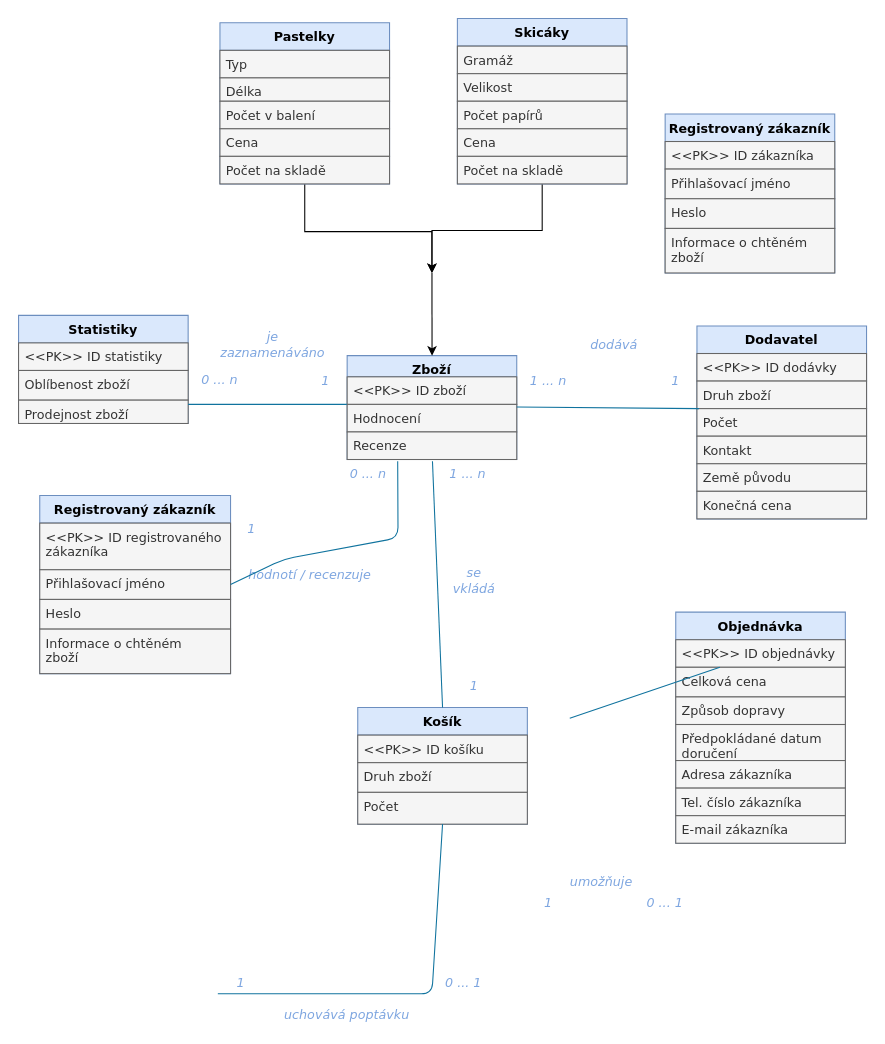
This is ERdiagram.drawio from taiyo-harenohi/IUS, a draw.io file, before an edit. Source tidied: cells renumbered, new cells numbered last; positions are measured from the earlier drawing's top-left corner, leaving out a move shared by most shapes. Both pictures are drawn from the tidied source at 106%, with x=0, y=0 at pixel (18, 18).
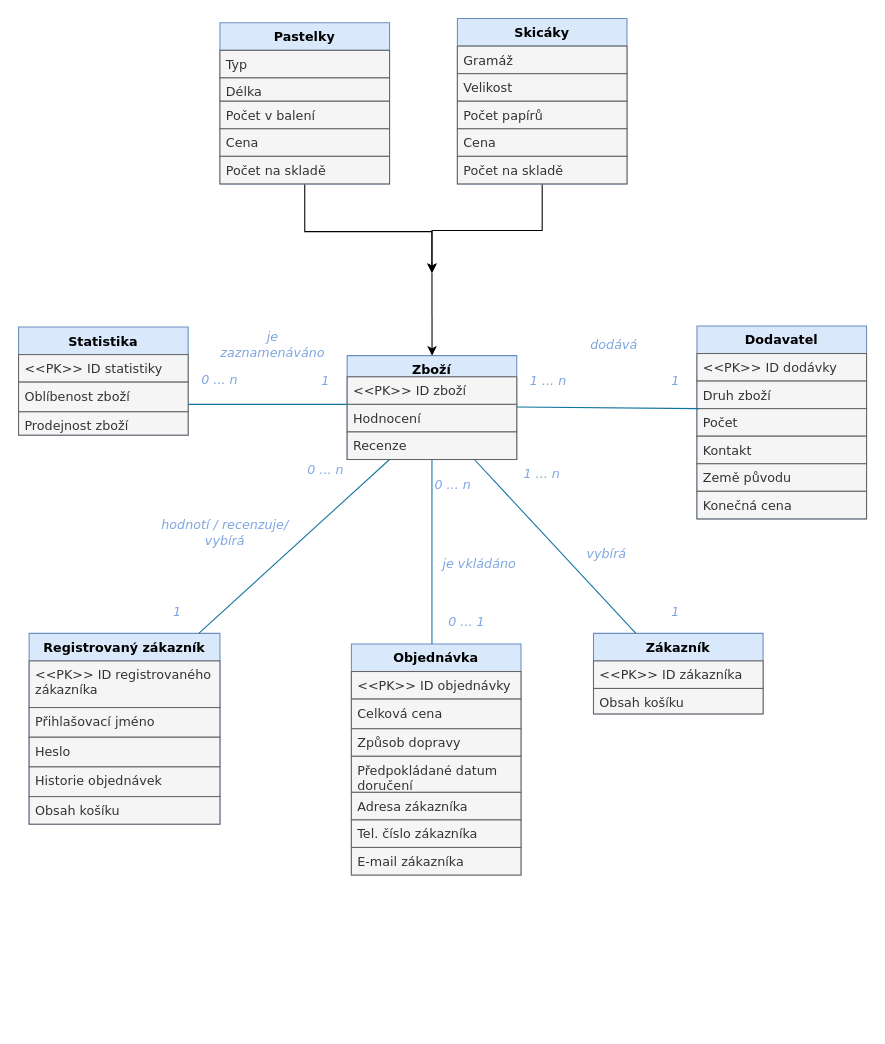
After the change.

The change refers to these unchanged cells:
```xml
<mxCell id="2" value="Zboží" style="swimlane;fontStyle=1;align=center;verticalAlign=top;horizontal=1;startSize=20;rounded=0;shadow=0;strokeWidth=1;fillColor=#dae8fc;strokeColor=#6c8ebf;fontFamily=Verdana;" parent="1" vertex="1">
  <mxGeometry x="310" y="318" width="160" height="98" as="geometry" />
</mxCell>
<mxCell id="4" value="Hodnocení" style="text;align=left;verticalAlign=top;spacingLeft=4;spacingRight=4;overflow=hidden;points=[[0,0.5],[1,0.5]];portConstraint=eastwest;rounded=0;shadow=0;html=0;fillColor=#f5f5f5;strokeColor=#666666;fontColor=#333333;fontFamily=Verdana;" parent="2" vertex="1">
  <mxGeometry y="46" width="160" height="26" as="geometry" />
</mxCell>
<mxCell id="5" value="Recenze" style="text;align=left;verticalAlign=top;spacingLeft=4;spacingRight=4;overflow=hidden;points=[[0,0.5],[1,0.5]];portConstraint=eastwest;rounded=0;shadow=0;html=0;fillColor=#f5f5f5;strokeColor=#666666;fontColor=#333333;fontFamily=Verdana;" parent="2" vertex="1">
  <mxGeometry y="72" width="160" height="26" as="geometry" />
</mxCell>
<mxCell id="34" value="Prodejnost zboží" style="text;align=left;verticalAlign=top;spacingLeft=4;spacingRight=4;overflow=hidden;points=[[0,0.5],[1,0.5]];portConstraint=eastwest;fontStyle=0;fillColor=#f5f5f5;strokeColor=#666666;fontColor=#333333;fontFamily=Verdana;" parent="31" vertex="1">
  <mxGeometry y="80" width="160" height="22" as="geometry" />
</mxCell>
<mxCell id="46" value="Přihlašovací jméno" style="text;align=left;verticalAlign=top;spacingLeft=4;spacingRight=4;overflow=hidden;points=[[0,0.5],[1,0.5]];portConstraint=eastwest;fillColor=#f5f5f5;strokeColor=#666666;fontColor=#333333;fontFamily=Verdana;" parent="44" vertex="1">
  <mxGeometry y="70" width="180" height="28" as="geometry" />
</mxCell>
<mxCell id="50" value="&lt;&lt;PK&gt;&gt; ID objednávky&#10;" style="text;align=left;verticalAlign=top;spacingLeft=4;spacingRight=4;overflow=hidden;points=[[0,0.5],[1,0.5]];portConstraint=eastwest;fillColor=#f5f5f5;strokeColor=#666666;fontColor=#333333;fontFamily=Verdana;" parent="49" vertex="1">
  <mxGeometry y="26" width="160" height="26" as="geometry" />
</mxCell>
```

What changed in the source:
```diff
@@
-    <mxCell id="27" value="Košík" style="swimlane;fontStyle=1;align=center;verticalAlign=top;horizontal=1;startSize=26;rounded=0;shadow=0;strokeWidth=1;fillColor=#dae8fc;strokeColor=#6c8ebf;fontFamily=Verdana;" parent="1" vertex="1">
-      <mxGeometry x="320" y="650" width="160" height="110" as="geometry" />
-    </mxCell>
-    <mxCell id="28" value="&lt;&lt;PK&gt;&gt; ID košíku" style="text;align=left;verticalAlign=top;spacingLeft=4;spacingRight=4;overflow=hidden;fillColor=#f5f5f5;strokeColor=#666666;fontColor=#333333;fontFamily=Verdana;" parent="27" vertex="1">
-      <mxGeometry y="26" width="160" height="26" as="geometry" />
-    </mxCell>
-    <mxCell id="29" value="Druh zboží" style="text;align=left;verticalAlign=top;spacingLeft=4;spacingRight=4;overflow=hidden;fillColor=#f5f5f5;strokeColor=#666666;fontColor=#333333;fontFamily=Verdana;" parent="27" vertex="1">
-      <mxGeometry y="52" width="160" height="28" as="geometry" />
-    </mxCell>
-    <mxCell id="30" value="Počet" style="text;align=left;verticalAlign=top;spacingLeft=4;spacingRight=4;overflow=hidden;fillColor=#f5f5f5;strokeColor=#666666;fontColor=#333333;fontFamily=Verdana;" parent="27" vertex="1">
-      <mxGeometry y="80" width="160" height="30" as="geometry" />
-    </mxCell>
-    <mxCell id="31" value="Statistiky&#10;" style="swimlane;fontStyle=1;align=center;verticalAlign=top;horizontal=1;startSize=26;rounded=0;shadow=0;strokeWidth=1;fillColor=#dae8fc;strokeColor=#6c8ebf;fontFamily=Verdana;" parent="1" vertex="1">
-      <mxGeometry y="280" width="160" height="102" as="geometry" />
+    <mxCell id="31" value="Statistika" style="swimlane;fontStyle=1;align=center;verticalAlign=top;horizontal=1;startSize=26;rounded=0;shadow=0;strokeWidth=1;fillColor=#dae8fc;strokeColor=#6c8ebf;fontFamily=Verdana;" parent="1" vertex="1">
+      <mxGeometry y="291" width="160" height="102" as="geometry" />
     </mxCell>
@@
     <mxCell id="41" value="1 ... n" style="text;html=1;strokeColor=none;fillColor=none;align=center;verticalAlign=middle;whiteSpace=wrap;rounded=0;fontFamily=Verdana;fontColor=#7EA6E0;fontStyle=2;" parent="1" vertex="1">
-      <mxGeometry x="404" y="420" width="40" height="20" as="geometry" />
+      <mxGeometry x="474" y="420" width="40" height="20" as="geometry" />
     </mxCell>
-    <mxCell id="42" value="se vkládá" style="text;html=1;strokeColor=none;fillColor=none;align=center;verticalAlign=middle;whiteSpace=wrap;rounded=0;fontFamily=Verdana;fontStyle=2;fontColor=#7EA6E0;" parent="1" vertex="1">
-      <mxGeometry x="410" y="520" width="40" height="20" as="geometry" />
-    </mxCell>
-    <mxCell id="43" value="1" style="text;html=1;strokeColor=none;fillColor=none;align=center;verticalAlign=middle;whiteSpace=wrap;rounded=0;fontFamily=Verdana;fontColor=#7EA6E0;fontStyle=2;" parent="1" vertex="1">
-      <mxGeometry x="410" y="620" width="40" height="20" as="geometry" />
-    </mxCell>
     <mxCell id="44" value="Registrovaný zákazník" style="swimlane;fontStyle=1;align=center;verticalAlign=top;horizontal=1;startSize=26;rounded=0;shadow=0;strokeWidth=1;fillColor=#dae8fc;strokeColor=#6c8ebf;fontFamily=Verdana;" parent="1" vertex="1">
-      <mxGeometry x="20" y="450" width="180" height="168" as="geometry" />
+      <mxGeometry x="10" y="580" width="180" height="180" as="geometry" />
     </mxCell>
@@
-    <mxCell id="48" value="Informace o chtěném &#10;zboží" style="text;align=left;verticalAlign=top;spacingLeft=4;spacingRight=4;overflow=hidden;fillColor=#f5f5f5;strokeColor=#666666;fontColor=#333333;fontFamily=Verdana;" parent="44" vertex="1">
-      <mxGeometry y="126" width="180" height="42" as="geometry" />
-    </mxCell>
+    <mxCell id="79" value="Historie objednávek" style="text;align=left;verticalAlign=top;spacingLeft=4;spacingRight=4;overflow=hidden;fillColor=#f5f5f5;strokeColor=#666666;fontColor=#333333;fontFamily=Verdana;" parent="44" vertex="1">
+      <mxGeometry y="126" width="180" height="28" as="geometry" />
+    </mxCell>
+    <mxCell id="80" value="Obsah košíku" style="text;align=left;verticalAlign=top;spacingLeft=4;spacingRight=4;overflow=hidden;fillColor=#f5f5f5;strokeColor=#666666;fontColor=#333333;fontFamily=Verdana;" parent="44" vertex="1">
+      <mxGeometry y="154" width="180" height="26" as="geometry" />
+    </mxCell>
     <mxCell id="49" value="Objednávka" style="swimlane;fontStyle=1;align=center;verticalAlign=top;horizontal=1;startSize=26;rounded=0;shadow=0;strokeWidth=1;fillColor=#dae8fc;strokeColor=#6c8ebf;fontFamily=Verdana;" parent="1" vertex="1">
-      <mxGeometry x="620" y="560" width="160" height="218" as="geometry" />
+      <mxGeometry x="314" y="590" width="160" height="218" as="geometry" />
     </mxCell>
@@
-    <mxCell id="57" value="1" style="text;html=1;strokeColor=none;fillColor=none;align=center;verticalAlign=middle;whiteSpace=wrap;rounded=0;fontFamily=Verdana;fontColor=#7EA6E0;fontStyle=2;" parent="1" vertex="1">
-      <mxGeometry x="190" y="900" width="40" height="20" as="geometry" />
-    </mxCell>
-    <mxCell id="58" value="0 ... 1" style="text;html=1;strokeColor=none;fillColor=none;align=center;verticalAlign=middle;whiteSpace=wrap;rounded=0;fontFamily=Verdana;fontColor=#7EA6E0;fontStyle=2;" parent="1" vertex="1">
-      <mxGeometry x="400" y="900" width="40" height="20" as="geometry" />
-    </mxCell>
-    <mxCell id="59" value="uchovává poptávku" style="text;html=1;strokeColor=none;fillColor=none;align=center;verticalAlign=middle;whiteSpace=wrap;rounded=0;fontFamily=Verdana;fontColor=#7EA6E0;fontStyle=2;" parent="1" vertex="1">
-      <mxGeometry x="240" y="930" width="140" height="20" as="geometry" />
-    </mxCell>
-    <mxCell id="60" value="1" style="text;html=1;strokeColor=none;fillColor=none;align=center;verticalAlign=middle;whiteSpace=wrap;rounded=0;fontFamily=Verdana;fontColor=#7EA6E0;fontStyle=2;" parent="1" vertex="1">
-      <mxGeometry x="480" y="825" width="40" height="20" as="geometry" />
-    </mxCell>
-    <mxCell id="61" value="0 ... 1" style="text;html=1;strokeColor=none;fillColor=none;align=center;verticalAlign=middle;whiteSpace=wrap;rounded=0;fontFamily=Verdana;fontColor=#7EA6E0;fontStyle=2;" parent="1" vertex="1">
-      <mxGeometry x="590" y="825" width="40" height="20" as="geometry" />
-    </mxCell>
-    <mxCell id="62" value="umožňuje" style="text;html=1;strokeColor=none;fillColor=none;align=center;verticalAlign=middle;whiteSpace=wrap;rounded=0;fontFamily=Verdana;fontColor=#7EA6E0;fontStyle=2;" parent="1" vertex="1">
-      <mxGeometry x="530" y="805" width="40" height="20" as="geometry" />
-    </mxCell>
@@
     <mxCell id="64" value="1" style="text;html=1;strokeColor=none;fillColor=none;align=center;verticalAlign=middle;whiteSpace=wrap;rounded=0;fontFamily=Verdana;fontColor=#7EA6E0;fontStyle=2;" parent="1" vertex="1">
-      <mxGeometry x="200" y="472" width="40" height="20" as="geometry" />
+      <mxGeometry x="130" y="550" width="40" height="20" as="geometry" />
     </mxCell>
-    <mxCell id="65" value="hodnotí / recenzuje" style="text;html=1;strokeColor=none;fillColor=none;align=center;verticalAlign=middle;whiteSpace=wrap;rounded=0;fontFamily=Verdana;fontColor=#7EA6E0;fontStyle=2;" parent="1" vertex="1">
-      <mxGeometry x="210" y="510" width="130" height="30" as="geometry" />
+    <mxCell id="65" value="hodnotí / recenzuje/&lt;br&gt;vybírá" style="text;html=1;strokeColor=none;fillColor=none;align=center;verticalAlign=middle;whiteSpace=wrap;rounded=0;fontFamily=Verdana;fontColor=#7EA6E0;fontStyle=2;" parent="1" vertex="1">
+      <mxGeometry x="130" y="470" width="130" height="30" as="geometry" />
     </mxCell>
     <mxCell id="66" value="0 ... n" style="text;html=1;strokeColor=none;fillColor=none;align=center;verticalAlign=middle;whiteSpace=wrap;rounded=0;fontFamily=Verdana;fontColor=#7EA6E0;fontStyle=2;" parent="1" vertex="1">
-      <mxGeometry x="310" y="420" width="40" height="20" as="geometry" />
+      <mxGeometry x="270" y="416" width="40" height="20" as="geometry" />
     </mxCell>
-    <mxCell id="67" style="endArrow=none;html=1;entryX=-0.002;entryY=0;entryDx=0;entryDy=0;entryPerimeter=0;exitX=1;exitY=0.182;exitDx=0;exitDy=0;exitPerimeter=0;fontFamily=Verdana;fillColor=#b1ddf0;strokeColor=#10739e;" parent="1" edge="1" source="34" target="4">
-      <mxGeometry relative="1" as="geometry" />
+    <mxCell id="67" style="endArrow=none;html=1;entryX=-0.002;entryY=0;entryDx=0;entryDy=0;entryPerimeter=0;fontFamily=Verdana;fillColor=#b1ddf0;strokeColor=#10739e;" parent="1" edge="1" target="4">
+      <mxGeometry relative="1" as="geometry">
+        <mxPoint x="160" y="364" as="sourcePoint" />
+      </mxGeometry>
     </mxCell>
@@
-    <mxCell id="69" style="endArrow=none;html=1;exitX=1;exitY=0.5;exitDx=0;exitDy=0;entryX=0.298;entryY=1.062;entryDx=0;entryDy=0;entryPerimeter=0;fontFamily=Verdana;fillColor=#b1ddf0;strokeColor=#10739e;" parent="1" edge="1" source="46" target="5">
-      <mxGeometry relative="1" as="geometry">
-        <Array as="points">
-          <mxPoint x="250" y="510" />
-          <mxPoint x="358" y="490" />
-        </Array>
-      </mxGeometry>
-    </mxCell>
-    <mxCell id="70" style="endArrow=none;html=1;entryX=0.503;entryY=1.062;entryDx=0;entryDy=0;entryPerimeter=0;exitX=0.5;exitY=0;exitDx=0;exitDy=0;fontFamily=Verdana;fillColor=#b1ddf0;strokeColor=#10739e;" parent="1" edge="1" source="27" target="5">
-      <mxGeometry relative="1" as="geometry" />
-    </mxCell>
-    <mxCell id="71" style="endArrow=none;html=1;exitX=1;exitY=0.182;exitDx=0;exitDy=0;exitPerimeter=0;entryX=0.5;entryY=1;entryDx=0;entryDy=0;fontFamily=Verdana;fillColor=#b1ddf0;strokeColor=#10739e;" parent="1" edge="1" target="27">
-      <mxGeometry relative="1" as="geometry">
-        <mxPoint x="188" y="920" as="sourcePoint" />
-        <Array as="points">
-          <mxPoint x="390" y="920" />
-        </Array>
-      </mxGeometry>
-    </mxCell>
-    <mxCell id="72" style="endArrow=none;html=1;fontFamily=Verdana;fillColor=#b1ddf0;strokeColor=#10739e;" parent="1" edge="1" target="50">
-      <mxGeometry relative="1" as="geometry">
-        <mxPoint x="520" y="660" as="sourcePoint" />
-      </mxGeometry>
-    </mxCell>
@@
-    <mxCell id="74" value="Registrovaný zákazník" style="swimlane;fontStyle=1;align=center;verticalAlign=top;horizontal=1;startSize=26;rounded=0;shadow=0;strokeWidth=1;fillColor=#dae8fc;strokeColor=#6c8ebf;fontFamily=Verdana;" parent="1" vertex="1">
-      <mxGeometry x="610" y="90" width="160" height="150" as="geometry" />
+    <mxCell id="74" value="Zákazník" style="swimlane;fontStyle=1;align=center;verticalAlign=top;horizontal=1;startSize=26;rounded=0;shadow=0;strokeWidth=1;fillColor=#dae8fc;strokeColor=#6c8ebf;fontFamily=Verdana;" parent="1" vertex="1">
+      <mxGeometry x="542.4" y="580" width="160" height="76" as="geometry" />
     </mxCell>
@@
-    <mxCell id="76" value="Přihlašovací jméno" style="text;align=left;verticalAlign=top;spacingLeft=4;spacingRight=4;overflow=hidden;fillColor=#f5f5f5;strokeColor=#666666;fontColor=#333333;fontFamily=Verdana;" parent="74" vertex="1">
-      <mxGeometry y="52" width="160" height="28" as="geometry" />
-    </mxCell>
-    <mxCell id="77" value="Heslo" style="text;align=left;verticalAlign=top;spacingLeft=4;spacingRight=4;overflow=hidden;fillColor=#f5f5f5;strokeColor=#666666;fontColor=#333333;fontFamily=Verdana;" parent="74" vertex="1">
-      <mxGeometry y="80" width="160" height="28" as="geometry" />
-    </mxCell>
-    <mxCell id="78" value="Informace o chtěném &#10;zboží" style="text;align=left;verticalAlign=top;spacingLeft=4;spacingRight=4;overflow=hidden;fillColor=#f5f5f5;strokeColor=#666666;fontColor=#333333;fontFamily=Verdana;" parent="74" vertex="1">
-      <mxGeometry y="108" width="160" height="42" as="geometry" />
-    </mxCell>
+    <mxCell id="81" value="Obsah košíku" style="text;align=left;verticalAlign=top;spacingLeft=4;spacingRight=4;overflow=hidden;fillColor=#f5f5f5;strokeColor=#666666;fontColor=#333333;fontFamily=Verdana;" parent="74" vertex="1">
+      <mxGeometry y="52" width="160" height="24" as="geometry" />
+    </mxCell>
+    <mxCell id="82" style="endArrow=none;html=1;entryX=0.25;entryY=1;entryDx=0;entryDy=0;fontFamily=Verdana;fillColor=#b1ddf0;strokeColor=#10739e;exitX=0.889;exitY=0;exitDx=0;exitDy=0;exitPerimeter=0;" parent="1" edge="1" source="44" target="2">
+      <mxGeometry relative="1" as="geometry" />
+    </mxCell>
+    <mxCell id="83" style="endArrow=none;html=1;fontFamily=Verdana;fillColor=#b1ddf0;strokeColor=#10739e;entryX=0.75;entryY=1;entryDx=0;entryDy=0;exitX=0.25;exitY=0;exitDx=0;exitDy=0;" parent="1" edge="1" source="74" target="2">
+      <mxGeometry relative="1" as="geometry" />
+    </mxCell>
+    <mxCell id="84" style="endArrow=none;html=1;fontFamily=Verdana;fillColor=#b1ddf0;strokeColor=#10739e;entryX=0.5;entryY=0;entryDx=0;entryDy=0;exitX=0.5;exitY=1;exitDx=0;exitDy=0;" parent="1" edge="1" source="2">
+      <mxGeometry relative="1" as="geometry">
+        <mxPoint x="390" y="590" as="targetPoint" />
+      </mxGeometry>
+    </mxCell>
+    <mxCell id="85" value="vybírá" style="text;html=1;strokeColor=none;fillColor=none;align=center;verticalAlign=middle;whiteSpace=wrap;rounded=0;fontFamily=Verdana;fontColor=#7EA6E0;fontStyle=2;" parent="1" vertex="1">
+      <mxGeometry x="490" y="490" width="130" height="30" as="geometry" />
+    </mxCell>
+    <mxCell id="86" value="1" style="text;html=1;strokeColor=none;fillColor=none;align=center;verticalAlign=middle;whiteSpace=wrap;rounded=0;fontFamily=Verdana;fontColor=#7EA6E0;fontStyle=2;" parent="1" vertex="1">
+      <mxGeometry x="600" y="550" width="40" height="20" as="geometry" />
+    </mxCell>
+    <mxCell id="87" value="0 ... n" style="text;html=1;strokeColor=none;fillColor=none;align=center;verticalAlign=middle;whiteSpace=wrap;rounded=0;fontFamily=Verdana;fontColor=#7EA6E0;fontStyle=2;" parent="1" vertex="1">
+      <mxGeometry x="390" y="430" width="40" height="20" as="geometry" />
+    </mxCell>
+    <mxCell id="88" value="0 ... 1" style="text;html=1;strokeColor=none;fillColor=none;align=center;verticalAlign=middle;whiteSpace=wrap;rounded=0;fontFamily=Verdana;fontColor=#7EA6E0;fontStyle=2;" parent="1" vertex="1">
+      <mxGeometry x="403" y="560" width="40" height="20" as="geometry" />
+    </mxCell>
+    <mxCell id="89" value="je vkládáno" style="text;html=1;strokeColor=none;fillColor=none;align=center;verticalAlign=middle;whiteSpace=wrap;rounded=0;fontFamily=Verdana;fontColor=#7EA6E0;fontStyle=2;" parent="1" vertex="1">
+      <mxGeometry x="370" y="500" width="130" height="30" as="geometry" />
+    </mxCell>
```
